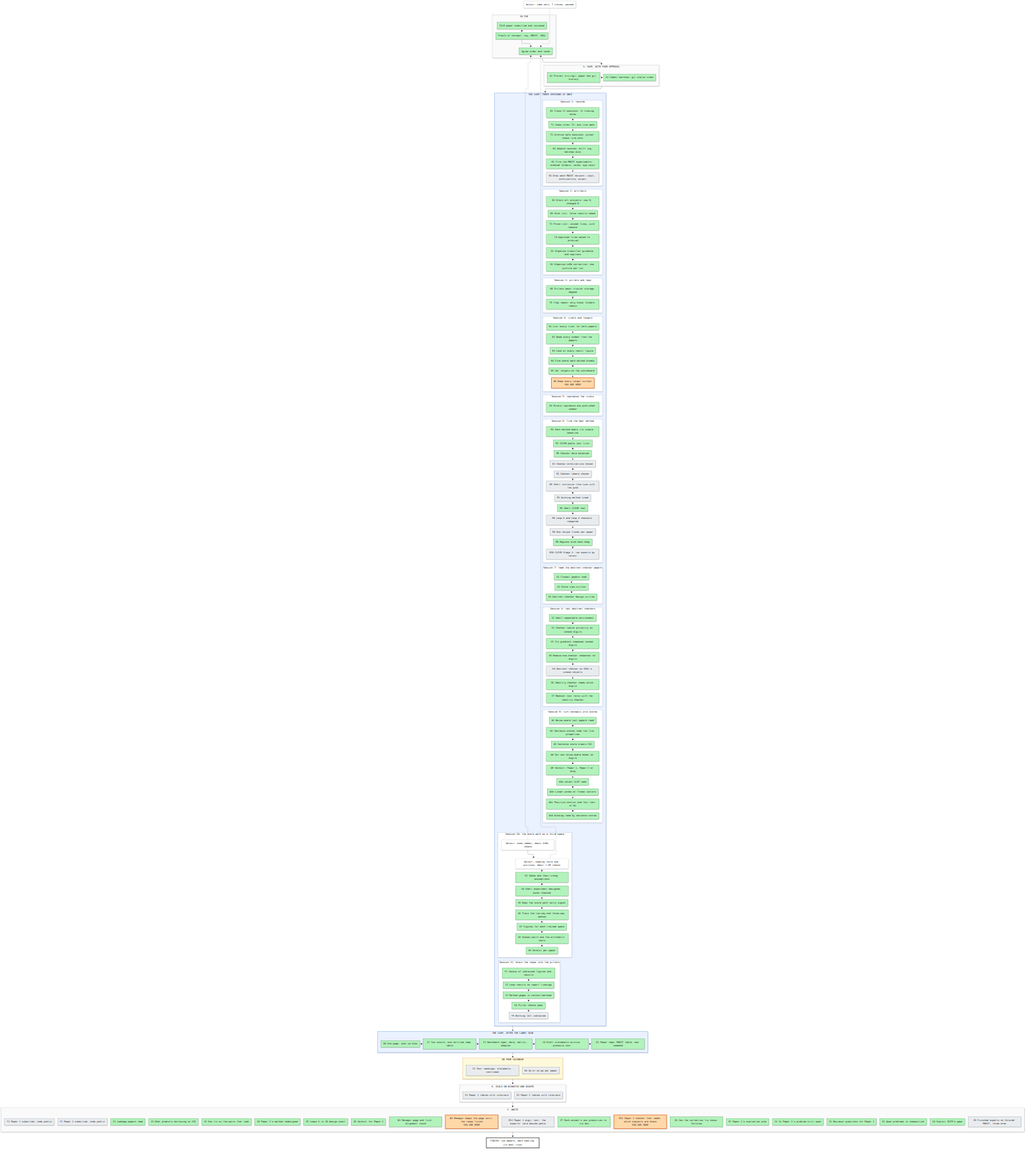
Above: artifacts/notes/progress/map.png in mo-rsa24/concept-composition (Mermaid), before the change. Its source is kept beside it as artifacts/notes/progress/map.mmd.
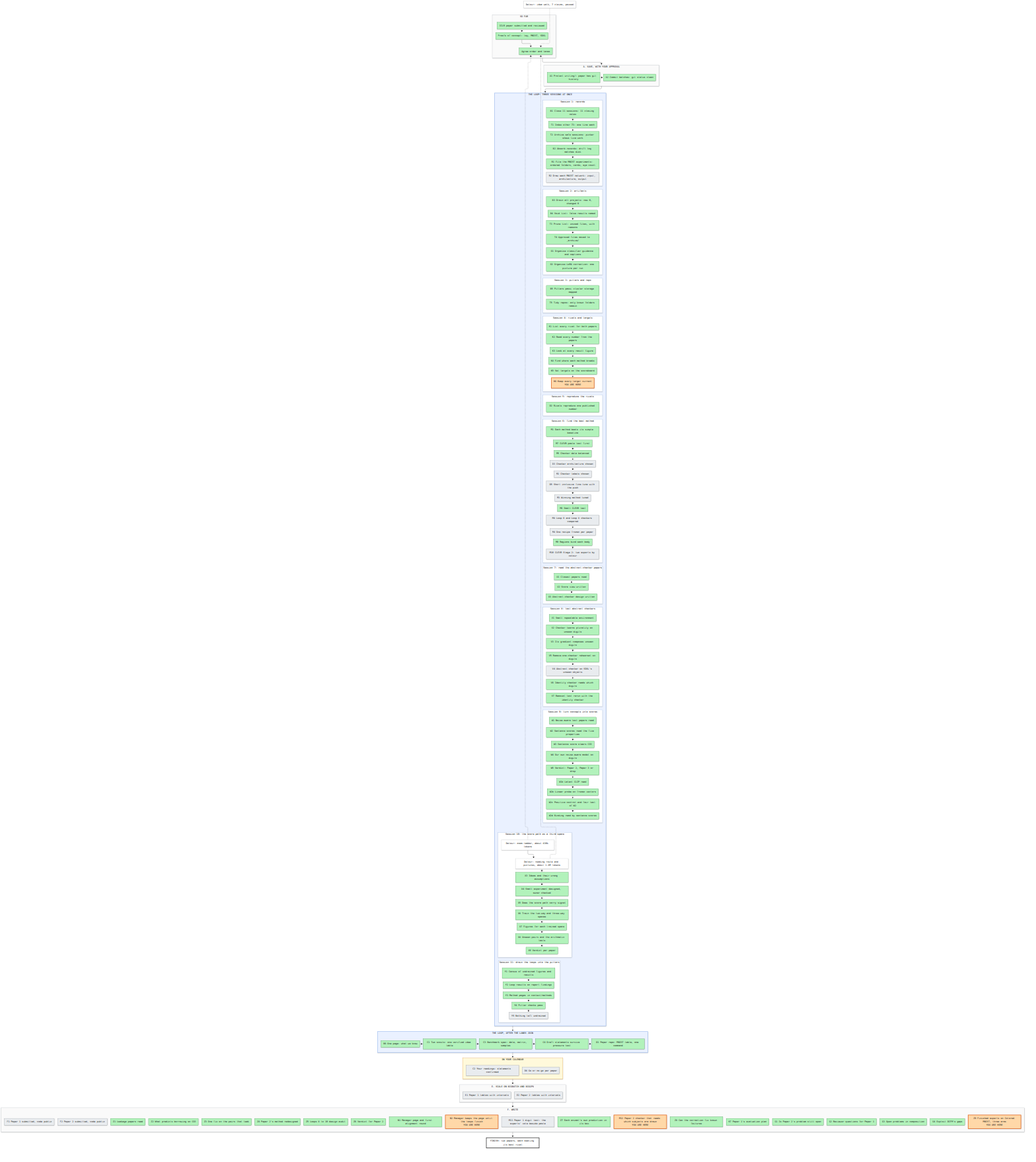
After the change.

Commit message:
Reviewer on the ratio classifier: fix; the idea note states the rebuilt estimator and its controls

What changed in the source:
```diff
@@ -74,7 +74,7 @@
   end
   subgraph SF["F. WRITE"]
     direction LR
-    F1["F1 Paper 1 submitted, code public"]:::todo ~~~ F2["F2 Paper 2 submitted, code public"]:::todo ~~~ Z1["Z1 Leakage papers read"]:::done ~~~ Z2["Z2 What predicts borrowing on CO3"]:::done ~~~ Z3["Z3 One fix on the pairs that leak"]:::done ~~~ Z4["Z4 Paper 2's method redesigned"]:::done ~~~ Z5["Z5 Loops 8 to 10 design audit"]:::done ~~~ Z6["Z6 Verdict for Paper 2"]:::done ~~~ N1["N1 Manager page and first alignment round"]:::done ~~~ N2["N2 Manager keeps the page until the loops finish<br/>YOU ARE HERE"]:::doing ~~~ M11["M11 Paper 1 digit test: the experts' vote beside paste"]:::todo ~~~ Z7["Z7 Each animal's own prediction in its box"]:::done ~~~ M12["M12 Paper 2 checker that reads which subjects are drawn<br/>YOU ARE HERE"]:::doing ~~~ Z8["Z8 Can the correction fix known failures"]:::done ~~~ K7["K7 Paper 1's evaluation plan"]:::done ~~~ G1["G1 Is Paper 2's problem still open"]:::done ~~~ G2["G2 Reviewer questions for Paper 1"]:::done ~~~ G3["G3 Open problems in composition"]:::done ~~~ G4["G4 Exploit DCFM's gaps"]:::done ~~~ Z9["Z9 Finished experts on Colored MNIST, three arms"]:::todo
+    F1["F1 Paper 1 submitted, code public"]:::todo ~~~ F2["F2 Paper 2 submitted, code public"]:::todo ~~~ Z1["Z1 Leakage papers read"]:::done ~~~ Z2["Z2 What predicts borrowing on CO3"]:::done ~~~ Z3["Z3 One fix on the pairs that leak"]:::done ~~~ Z4["Z4 Paper 2's method redesigned"]:::done ~~~ Z5["Z5 Loops 8 to 10 design audit"]:::done ~~~ Z6["Z6 Verdict for Paper 2"]:::done ~~~ N1["N1 Manager page and first alignment round"]:::done ~~~ N2["N2 Manager keeps the page until the loops finish<br/>YOU ARE HERE"]:::doing ~~~ M11["M11 Paper 1 digit test: the experts' vote beside paste"]:::todo ~~~ Z7["Z7 Each animal's own prediction in its box"]:::done ~~~ M12["M12 Paper 2 checker that reads which subjects are drawn<br/>YOU ARE HERE"]:::doing ~~~ Z8["Z8 Can the correction fix known failures"]:::done ~~~ K7["K7 Paper 1's evaluation plan"]:::done ~~~ G1["G1 Is Paper 2's problem still open"]:::done ~~~ G2["G2 Reviewer questions for Paper 1"]:::done ~~~ G3["G3 Open problems in composition"]:::done ~~~ G4["G4 Exploit DCFM's gaps"]:::done ~~~ Z9["Z9 Finished experts on Colored MNIST, three arms<br/>YOU ARE HERE"]:::doing
   end
   GOAL["FINISH: two papers, each beating its best rival"]:::goal
   X0["Detour: idea walk, 7 claims, paused"]:::detour -.-> P2
```
